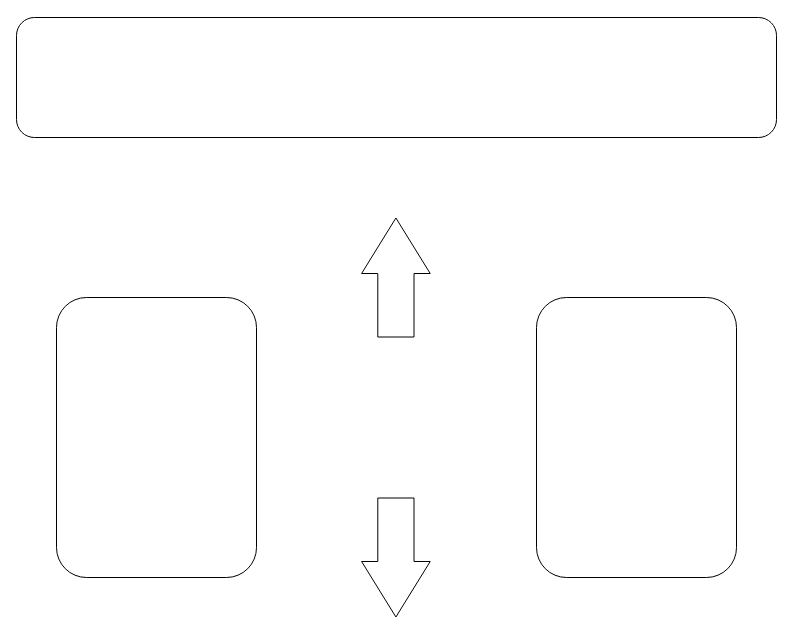
Above: Wireframing Pokemon TCG Higher or Lower.drawio in PedroCr05/Cardpedia-Pokemon-TCG (draw.io), before the change. Source tidied: cells renumbered, new cells numbered last; positions are measured from the earlier drawing's top-left corner, leaving out a move shared by most shapes. Both pictures are drawn from the tidied source at 100%, with x=0, y=0 at pixel (16, 17).
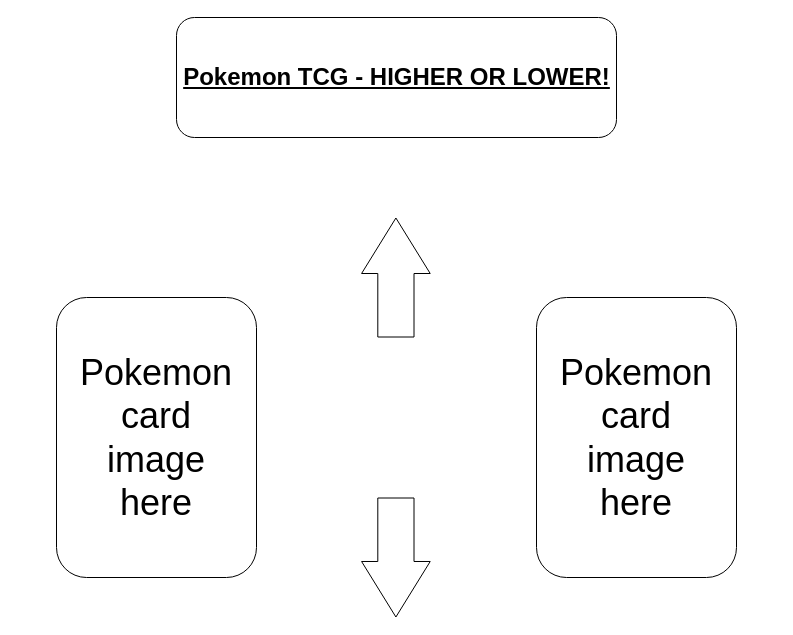
Above is the later version.

The edit, as a diff of the source:
```diff
@@
 <mxGraphModel>
   <root>
     <mxCell id="0" />
     <mxCell id="1" parent="0" />
     <mxCell id="2" style="rounded=1;whiteSpace=wrap;html=1;" parent="1" vertex="1">
-      <mxGeometry width="760" height="120" as="geometry" />
+      <mxGeometry x="160" width="440" height="120" as="geometry" />
     </mxCell>
     <mxCell id="3" style="rounded=1;whiteSpace=wrap;html=1;" parent="1" vertex="1">
       <mxGeometry x="40" y="280" width="200" height="280" as="geometry" />
     </mxCell>
     <mxCell id="4" style="rounded=1;whiteSpace=wrap;html=1;" parent="1" vertex="1">
       <mxGeometry x="520" y="280" width="200" height="280" as="geometry" />
     </mxCell>
     <mxCell id="5" style="shape=flexArrow;endArrow=classic;html=1;rounded=0;endWidth=31.428571428571427;endSize=18.171428571428567;width=36.19047619047619;" parent="1" edge="1">
       <mxGeometry relative="1" as="geometry">
         <mxPoint x="379.4" y="320" as="sourcePoint" />
         <mxPoint x="379.4" y="200" as="targetPoint" />
       </mxGeometry>
     </mxCell>
     <mxCell id="6" style="shape=flexArrow;endArrow=classic;html=1;rounded=0;endWidth=31.428571428571427;endSize=18.171428571428567;width=36.19047619047619;" parent="1" edge="1">
       <mxGeometry relative="1" as="geometry">
         <mxPoint x="379.4" y="480" as="sourcePoint" />
         <mxPoint x="379.4" y="600" as="targetPoint" />
       </mxGeometry>
     </mxCell>
+    <mxCell id="7" value="&lt;u&gt;Pokemon TCG - HIGHER OR LOWER!&lt;/u&gt;" style="text;strokeColor=none;fillColor=none;html=1;fontSize=24;fontStyle=1;verticalAlign=middle;align=center;" parent="1" vertex="1">
+      <mxGeometry x="170" y="10" width="420" height="100" as="geometry" />
+    </mxCell>
+    <mxCell id="8" value="&lt;font style=&quot;font-size: 36px;&quot;&gt;Pokemon card image&lt;/font&gt;&lt;div&gt;&lt;span style=&quot;font-size: 36px;&quot;&gt;here&lt;/span&gt;&lt;/div&gt;" style="text;html=1;align=center;verticalAlign=middle;whiteSpace=wrap;rounded=0;" parent="1" vertex="1">
+      <mxGeometry x="50" y="290" width="180" height="260" as="geometry" />
+    </mxCell>
+    <mxCell id="9" value="&lt;font style=&quot;font-size: 36px;&quot;&gt;Pokemon card image&lt;/font&gt;&lt;div&gt;&lt;font style=&quot;font-size: 36px;&quot;&gt;here&lt;/font&gt;&lt;/div&gt;" style="text;html=1;align=center;verticalAlign=middle;whiteSpace=wrap;rounded=0;" parent="1" vertex="1">
+      <mxGeometry x="530" y="290" width="180" height="260" as="geometry" />
+    </mxCell>
   </root>
 </mxGraphModel>
```
